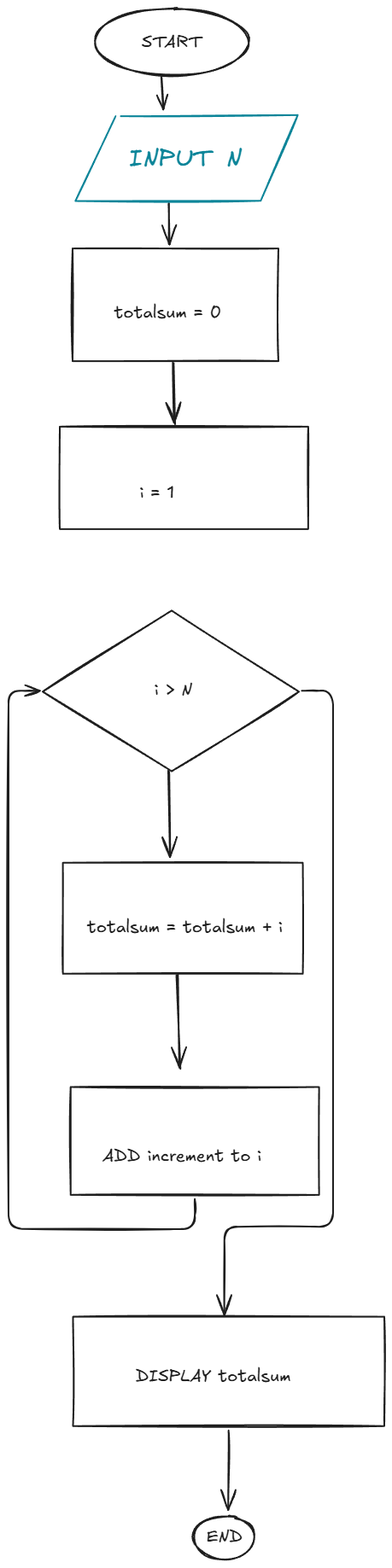
Before: Images/Untitled-2025-04-h01-1147.excalidraw.png, a diagram exported from Excalidraw (identity-fraud/9CT2-Task1-Schmeegledeeps). Source tidied: one line per element, renumbered; positions are measured from the earlier drawing's top-left corner, leaving out a move shared by most shapes. Its diagram source:
```json
{"id": 0, "type": "ellipse", "strokeColor": "#1e1e1e", "strokeWidth": 2, "roughness": 1, "round": true, "x": 101, "y": 0, "width": 180, "height": 78}
{"id": 1, "type": "text", "text": "START", "strokeColor": "#1e1e1e", "strokeWidth": 2, "roughness": 1, "fontSize": 20, "fontFamily": 5, "x": 156, "y": 27, "width": 72, "height": 25}
{"id": 2, "type": "arrow", "strokeColor": "#1e1e1e", "strokeWidth": 2, "roughness": 1, "endArrowhead": "arrow", "round": true, "x": 179, "y": 81, "width": 3, "height": 36, "points": [[0, 0], [3, 36]]}
{"id": 3, "type": "arrow", "strokeColor": "#1e1e1e", "strokeWidth": 2, "roughness": 1, "endArrowhead": "arrow", "round": true, "x": 187, "y": 228, "width": 1, "height": 48, "points": [[0, 0], [1, 48]]}
{"id": 4, "type": "line", "strokeColor": "#0c8599", "strokeWidth": 2, "roughness": 1, "x": 131, "y": 126, "width": 260, "height": 101, "points": [[0, 0], [207, -1], [164, 99], [-53, 99], [-6, 0]]}
{"id": 5, "type": "text", "text": "INPUT N", "strokeColor": "#0c8599", "backgroundColor": "#eaddd7", "fillStyle": "hachure", "strokeWidth": 2, "roughness": 1, "fontSize": 29.36, "fontFamily": 1, "textAlign": "center", "x": 141, "y": 158, "width": 132, "height": 37}
{"id": 6, "type": "rectangle", "strokeColor": "#1e1e1e", "strokeWidth": 2, "roughness": 1, "x": 75, "y": 281, "width": 241, "height": 132}
{"id": 7, "type": "text", "text": "totalsum = 0", "strokeColor": "#1e1e1e", "strokeWidth": 2, "roughness": 1, "fontSize": 20, "fontFamily": 5, "x": 123, "y": 344, "width": 125, "height": 25}
{"id": 8, "type": "arrow", "strokeColor": "#1e1e1e", "strokeWidth": 2, "roughness": 1, "endArrowhead": "arrow", "round": true, "x": 192, "y": 414, "width": 3, "height": 72, "points": [[0, 0], [3, 72]]}
{"id": 9, "type": "diamond", "strokeColor": "#1e1e1e", "strokeWidth": 2, "roughness": 1, "x": 40, "y": 705, "width": 300, "height": 188}
{"id": 10, "type": "rectangle", "strokeColor": "#1e1e1e", "strokeWidth": 2, "roughness": 1, "x": 60, "y": 490, "width": 291, "height": 120}
{"id": 11, "type": "text", "text": "i = 1", "strokeColor": "#1e1e1e", "strokeWidth": 2, "roughness": 1, "fontSize": 20, "fontFamily": 5, "x": 154, "y": 555, "width": 40, "height": 25}
{"id": 12, "type": "text", "text": "i > N", "strokeColor": "#1e1e1e", "backgroundColor": "#ffffff", "fillStyle": "solid", "strokeWidth": 2, "roughness": 1, "fontSize": 20, "fontFamily": 5, "x": 171, "y": 786, "width": 45, "height": 25}
{"id": 13, "type": "arrow", "strokeColor": "#1e1e1e", "backgroundColor": "#ffffff", "fillStyle": "solid", "strokeWidth": 2, "roughness": 1, "endArrowhead": "arrow", "round": true, "from": 9, "x": 188, "y": 894, "width": 1, "height": 98, "points": [[0, 0], [1, 98]]}
{"id": 14, "type": "rectangle", "strokeColor": "#1e1e1e", "backgroundColor": "#ffffff", "fillStyle": "solid", "strokeWidth": 2, "roughness": 1, "x": 64, "y": 1001, "width": 281, "height": 130}
{"id": 15, "type": "text", "text": "totalsum = totalsum + i", "strokeColor": "#1e1e1e", "backgroundColor": "#ffffff", "fillStyle": "solid", "strokeWidth": 2, "roughness": 1, "fontSize": 20, "fontFamily": 5, "x": 92, "y": 1064, "width": 229, "height": 25}
{"id": 16, "type": "arrow", "strokeColor": "#1e1e1e", "backgroundColor": "#ffffff", "fillStyle": "solid", "strokeWidth": 2, "roughness": 1, "endArrowhead": "arrow", "round": true, "from": 14, "x": 197, "y": 1133, "width": 5, "height": 109, "points": [[0, 0], [5, 109]]}
{"id": 17, "type": "rectangle", "strokeColor": "#1e1e1e", "backgroundColor": "#ffffff", "fillStyle": "solid", "strokeWidth": 2, "roughness": 1, "x": 73, "y": 1264, "width": 291, "height": 126}
{"id": 18, "type": "text", "text": "ADD increment to i", "strokeColor": "#1e1e1e", "backgroundColor": "#ffffff", "fillStyle": "solid", "strokeWidth": 2, "roughness": 1, "fontSize": 20, "fontFamily": 5, "x": 110, "y": 1333, "width": 186, "height": 25}
{"id": 19, "type": "arrow", "strokeColor": "#1e1e1e", "backgroundColor": "#ffffff", "fillStyle": "solid", "strokeWidth": 2, "roughness": 1, "endArrowhead": "arrow", "from": 17, "to": 9, "x": 218, "y": 1395, "width": 218, "height": 631, "points": [[0, 0], [0, 35], [-218, 35], [-218, -596], [-181, -596]]}
{"id": 20, "type": "arrow", "strokeColor": "#1e1e1e", "backgroundColor": "#ffffff", "fillStyle": "solid", "strokeWidth": 2, "roughness": 1, "endArrowhead": "arrow", "from": 9, "x": 343, "y": 799, "width": 127, "height": 731, "points": [[0, 0], [37, 0], [37, 628], [-91, 628], [-91, 731]]}
{"id": 21, "type": "rectangle", "strokeColor": "#1e1e1e", "backgroundColor": "#ffffff", "fillStyle": "solid", "strokeWidth": 2, "roughness": 1, "x": 75, "y": 1533, "width": 365, "height": 128}
{"id": 22, "type": "text", "text": "DISPLAY totalsum", "strokeColor": "#1e1e1e", "backgroundColor": "#ffffff", "fillStyle": "solid", "strokeWidth": 2, "roughness": 1, "fontSize": 20, "fontFamily": 5, "x": 149, "y": 1590, "width": 182, "height": 25}
{"id": 23, "type": "arrow", "strokeColor": "#1e1e1e", "backgroundColor": "#ffffff", "fillStyle": "solid", "strokeWidth": 2, "roughness": 1, "endArrowhead": "arrow", "from": 21, "x": 258, "y": 1666, "width": 0, "height": 93, "points": [[0, 0], [0, 93]]}
{"id": 24, "type": "ellipse", "strokeColor": "#1e1e1e", "backgroundColor": "#ffffff", "fillStyle": "solid", "strokeWidth": 2, "roughness": 1, "x": 216, "y": 1766, "width": 72, "height": 51}
{"id": 25, "type": "text", "text": "END", "strokeColor": "#1e1e1e", "backgroundColor": "#ffffff", "fillStyle": "solid", "strokeWidth": 2, "roughness": 1, "fontSize": 20, "fontFamily": 5, "x": 232, "y": 1778, "width": 42, "height": 25}
```
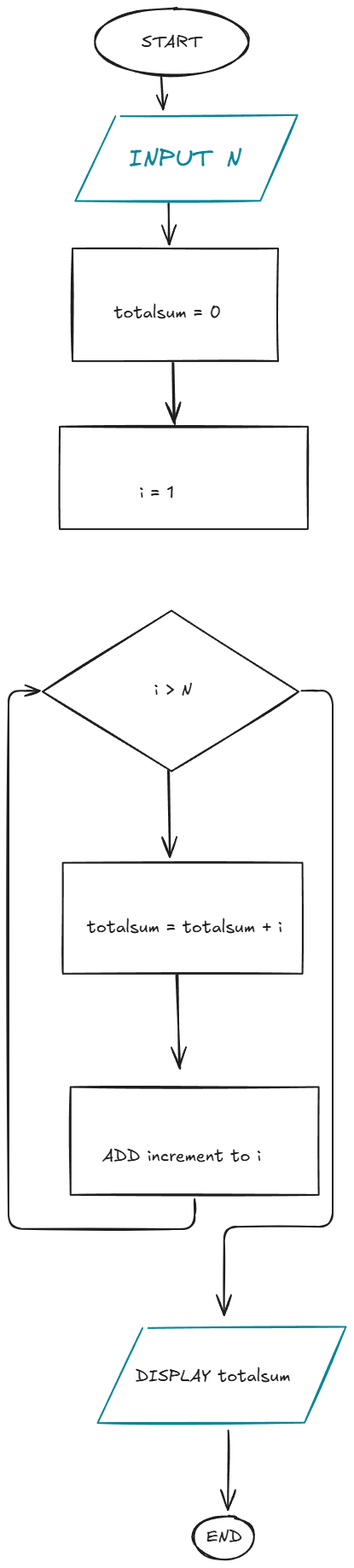
The same diagram one commit later.

Change to the diagram source:
```diff
@@ -19,8 +19,8 @@
 {"id": 18, "type": "text", "text": "ADD increment to i", "strokeColor": "#1e1e1e", "backgroundColor": "#ffffff", "fillStyle": "solid", "strokeWidth": 2, "roughness": 1, "fontSize": 20, "fontFamily": 5, "x": 110, "y": 1333, "width": 186, "height": 25}
 {"id": 19, "type": "arrow", "strokeColor": "#1e1e1e", "backgroundColor": "#ffffff", "fillStyle": "solid", "strokeWidth": 2, "roughness": 1, "endArrowhead": "arrow", "from": 17, "to": 9, "x": 218, "y": 1395, "width": 218, "height": 631, "points": [[0, 0], [0, 35], [-218, 35], [-218, -596], [-181, -596]]}
 {"id": 20, "type": "arrow", "strokeColor": "#1e1e1e", "backgroundColor": "#ffffff", "fillStyle": "solid", "strokeWidth": 2, "roughness": 1, "endArrowhead": "arrow", "from": 9, "x": 343, "y": 799, "width": 127, "height": 731, "points": [[0, 0], [37, 0], [37, 628], [-91, 628], [-91, 731]]}
-{"id": 21, "type": "rectangle", "strokeColor": "#1e1e1e", "backgroundColor": "#ffffff", "fillStyle": "solid", "strokeWidth": 2, "roughness": 1, "x": 75, "y": 1533, "width": 365, "height": 128}
 {"id": 22, "type": "text", "text": "DISPLAY totalsum", "strokeColor": "#1e1e1e", "backgroundColor": "#ffffff", "fillStyle": "solid", "strokeWidth": 2, "roughness": 1, "fontSize": 20, "fontFamily": 5, "x": 149, "y": 1590, "width": 182, "height": 25}
-{"id": 23, "type": "arrow", "strokeColor": "#1e1e1e", "backgroundColor": "#ffffff", "fillStyle": "solid", "strokeWidth": 2, "roughness": 1, "endArrowhead": "arrow", "from": 21, "x": 258, "y": 1666, "width": 0, "height": 93, "points": [[0, 0], [0, 93]]}
+{"id": 23, "type": "arrow", "strokeColor": "#1e1e1e", "backgroundColor": "#ffffff", "fillStyle": "solid", "strokeWidth": 2, "roughness": 1, "endArrowhead": "arrow", "x": 258, "y": 1666, "width": 0, "height": 93, "points": [[0, 0], [0, 93]]}
 {"id": 24, "type": "ellipse", "strokeColor": "#1e1e1e", "backgroundColor": "#ffffff", "fillStyle": "solid", "strokeWidth": 2, "roughness": 1, "x": 216, "y": 1766, "width": 72, "height": 51}
 {"id": 25, "type": "text", "text": "END", "strokeColor": "#1e1e1e", "backgroundColor": "#ffffff", "fillStyle": "solid", "strokeWidth": 2, "roughness": 1, "fontSize": 20, "fontFamily": 5, "x": 232, "y": 1778, "width": 42, "height": 25}
+{"id": 26, "type": "line", "strokeColor": "#0c8599", "strokeWidth": 2, "roughness": 1, "x": 164, "y": 1546, "width": 291, "height": 113, "points": [[0, 0], [232, -1], [183, 111], [-59, 111], [-7, 0]]}
```
